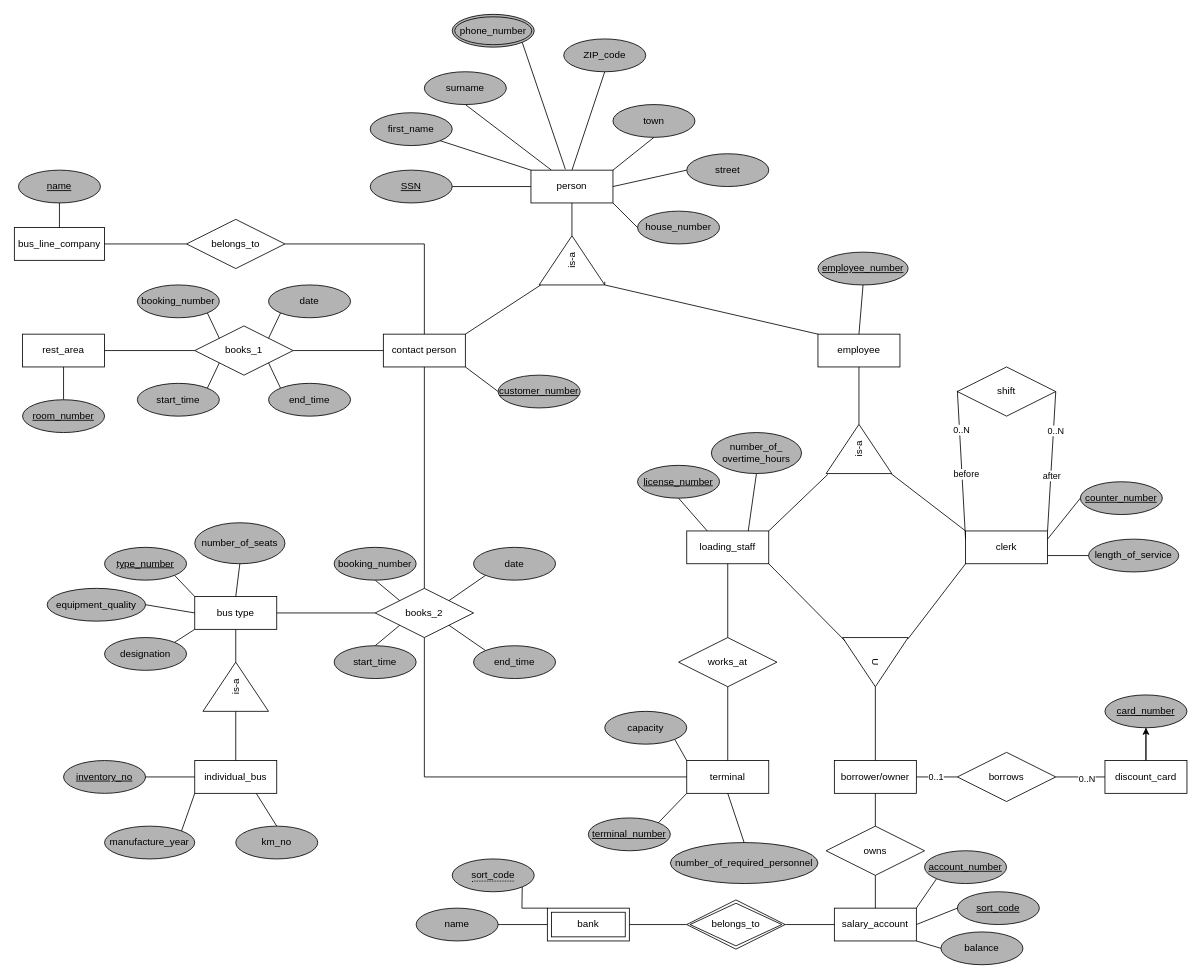
Above: ERM project_group 5.drawio in Martinaeht/DBS-Projektgruppe-5_ERM (draw.io), before the change. Source tidied: cells renumbered, new cells numbered last; positions are measured from the earlier drawing's top-left corner, leaving out a move shared by most shapes. Both pictures are drawn from the tidied source at 82%, with x=0, y=0 at pixel (14, 14).
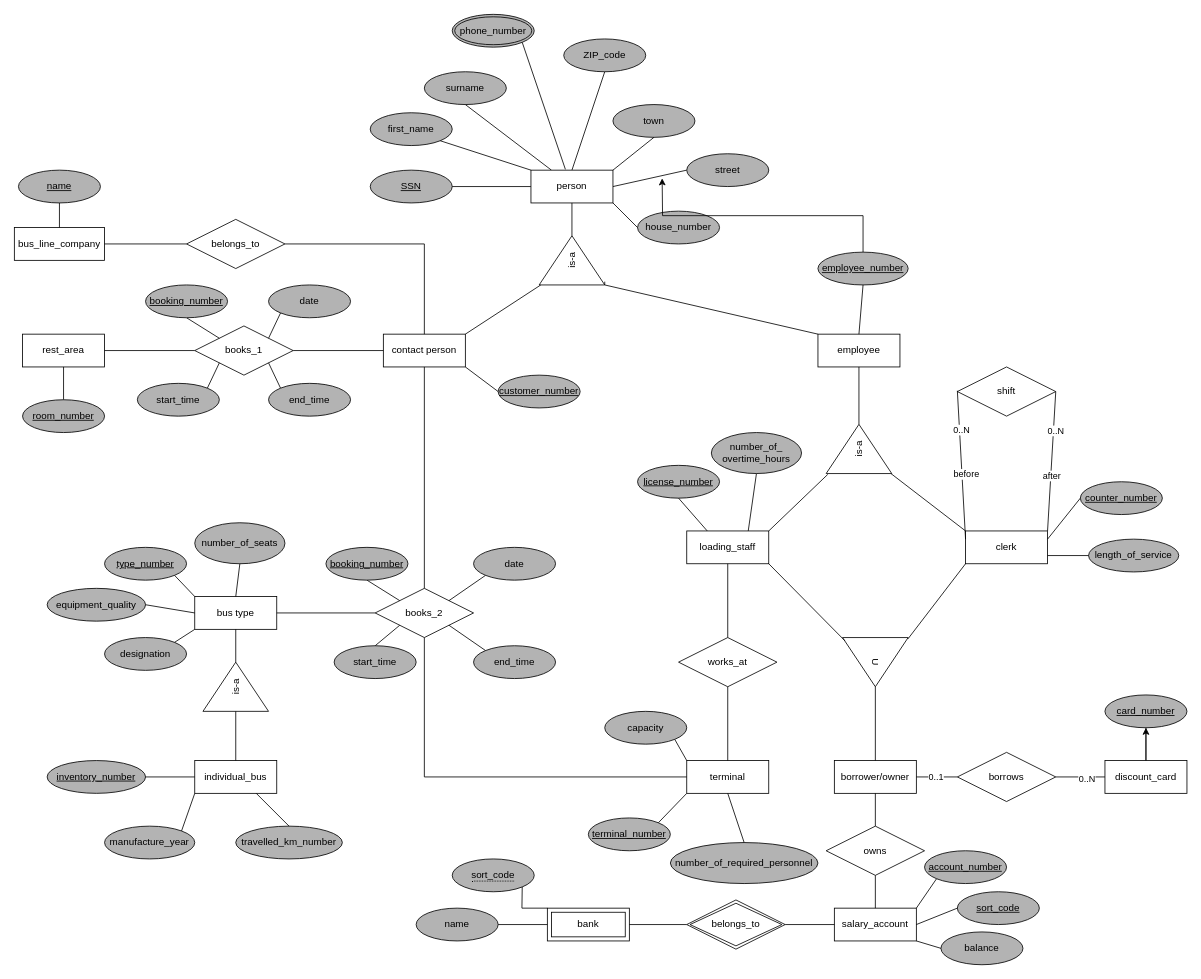
Above is the later version.

Unchanged cells that the change refers to:
```xml
<mxCell id="56" value="books_2" style="shape=rhombus;perimeter=rhombusPerimeter;whiteSpace=wrap;html=1;align=center;" parent="1" vertex="1">
  <mxGeometry x="440" y="700" width="120" height="60" as="geometry" />
</mxCell>
<mxCell id="63" value="books_1" style="shape=rhombus;perimeter=rhombusPerimeter;whiteSpace=wrap;html=1;align=center;" parent="1" vertex="1">
  <mxGeometry x="220" y="380" width="120" height="60" as="geometry" />
</mxCell>
<mxCell id="86" value="employee_number" style="ellipse;whiteSpace=wrap;html=1;align=center;fontStyle=4;fillColor=#B3B3B3;" parent="1" vertex="1">
  <mxGeometry x="980" y="290" width="110" height="40" as="geometry" />
</mxCell>
```

What changed in the source:
```diff
@@
-    <mxCell id="75" value="booking_number" style="ellipse;whiteSpace=wrap;html=1;align=center;fillColor=#B3B3B3;" parent="1" vertex="1">
-      <mxGeometry x="150" y="330" width="100" height="40" as="geometry" />
-    </mxCell>
@@
-    <mxCell id="79" style="endArrow=none;html=1;rounded=0;exitX=1;exitY=1;exitDx=0;exitDy=0;entryX=0;entryY=0;entryDx=0;entryDy=0;" parent="1" edge="1" source="75" target="63">
+    <mxCell id="79" style="endArrow=none;html=1;rounded=0;exitX=0.5;exitY=1;exitDx=0;exitDy=0;entryX=0;entryY=0;entryDx=0;entryDy=0;" parent="1" edge="1" source="147" target="63">
       <mxGeometry relative="1" as="geometry" />
     </mxCell>
@@
+    <mxCell id="145" style="edgeStyle=orthogonalEdgeStyle;rounded=0;jettySize=auto;html=1;exitX=0.5;exitY=0;exitDx=0;exitDy=0;" parent="1" edge="1" source="86">
+      <mxGeometry relative="1" as="geometry">
+        <mxPoint x="790" y="200" as="targetPoint" />
+      </mxGeometry>
+    </mxCell>
@@
-    <mxCell id="90" style="endArrow=none;html=1;rounded=0;exitX=0.5;exitY=1;exitDx=0;exitDy=0;entryX=0;entryY=0;entryDx=0;entryDy=0;" parent="1" edge="1" source="111" target="56">
+    <mxCell id="90" style="endArrow=none;html=1;rounded=0;exitX=0.5;exitY=1;exitDx=0;exitDy=0;entryX=0;entryY=0;entryDx=0;entryDy=0;" parent="1" edge="1" source="146" target="56">
       <mxGeometry relative="1" as="geometry" />
     </mxCell>
@@
-    <mxCell id="103" value="inventory_no" style="ellipse;whiteSpace=wrap;html=1;align=center;fontStyle=4;fillColor=#B3B3B3;" parent="1" vertex="1">
-      <mxGeometry x="60" y="910" width="100" height="40" as="geometry" />
+    <mxCell id="103" value="inventory_number" style="ellipse;whiteSpace=wrap;html=1;align=center;fontStyle=4;fillColor=#B3B3B3;" parent="1" vertex="1">
+      <mxGeometry x="40" y="910" width="120" height="40" as="geometry" />
     </mxCell>
-    <mxCell id="104" value="km_no" style="ellipse;whiteSpace=wrap;html=1;align=center;fillColor=#B3B3B3;" parent="1" vertex="1">
-      <mxGeometry x="270" y="990" width="100" height="40" as="geometry" />
+    <mxCell id="104" value="travelled_km_number" style="ellipse;whiteSpace=wrap;html=1;align=center;fillColor=#B3B3B3;" parent="1" vertex="1">
+      <mxGeometry x="270" y="990" width="130" height="40" as="geometry" />
     </mxCell>
@@
-    <mxCell id="110" style="endArrow=none;html=1;rounded=0;exitX=1;exitY=1;exitDx=0;exitDy=0;entryX=0;entryY=0;entryDx=0;entryDy=0;" parent="1" edge="1" target="111">
-      <mxGeometry relative="1" as="geometry">
-        <mxPoint x="455.1" y="684.2" as="sourcePoint" />
-      </mxGeometry>
-    </mxCell>
-    <mxCell id="111" value="booking_number" style="ellipse;whiteSpace=wrap;html=1;align=center;fillColor=#B3B3B3;" parent="1" vertex="1">
-      <mxGeometry x="390" y="650" width="100" height="40" as="geometry" />
-    </mxCell>
@@
+    <mxCell id="146" value="booking_number" style="ellipse;whiteSpace=wrap;html=1;align=center;fontStyle=4;fillColor=#B3B3B3;" parent="1" vertex="1">
+      <mxGeometry x="380" y="650" width="100" height="40" as="geometry" />
+    </mxCell>
+    <mxCell id="147" value="booking_number" style="ellipse;whiteSpace=wrap;html=1;align=center;fontStyle=4;fillColor=#B3B3B3;" parent="1" vertex="1">
+      <mxGeometry x="160" y="330" width="100" height="40" as="geometry" />
+    </mxCell>
```
